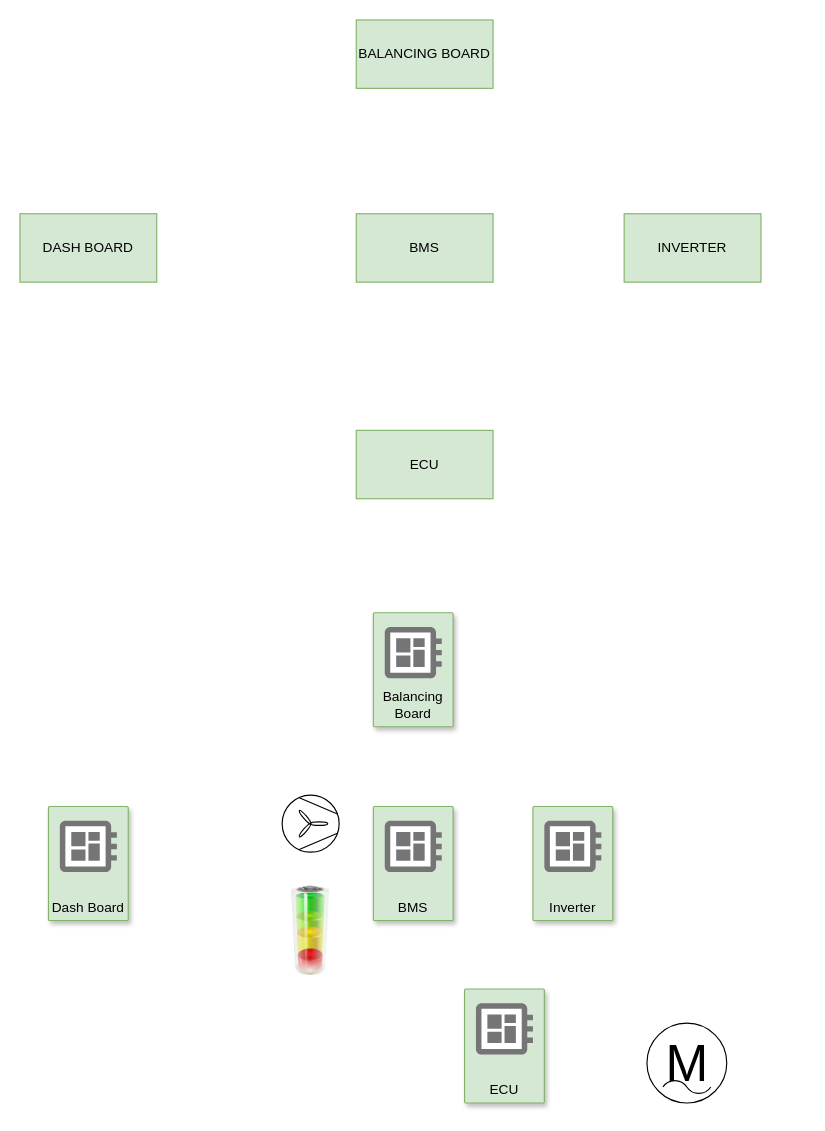
Earlier version of the draw.io diagram schema_elettrico_moto.drawio (chiarafranco12/PMF_UMLs). Source tidied: cells renumbered, new cells numbered last; positions are measured from the earlier drawing's top-left corner, leaving out a move shared by most shapes. Both pictures are drawn from the tidied source at 114%, with x=0, y=0 at pixel (19, 19).
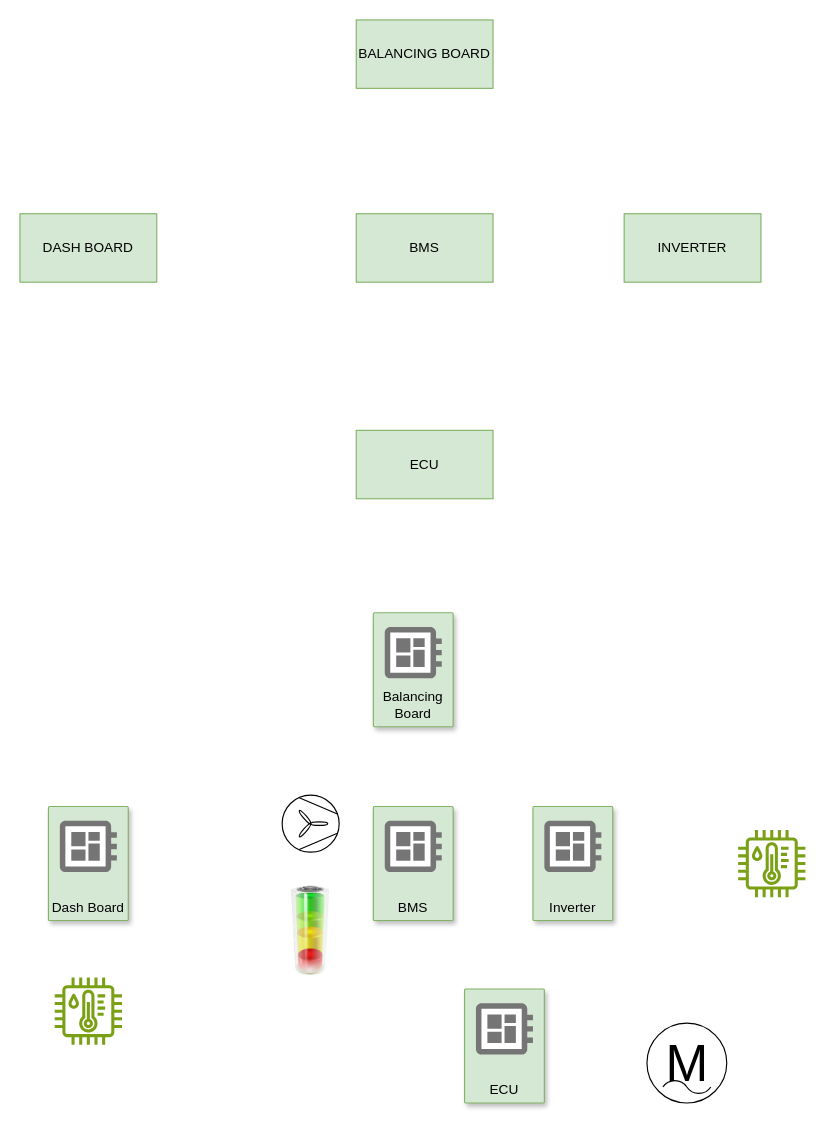
Above is the later version.

What changed in the source:
```diff
@@
+    <mxCell id="20" style="sketch=0;fontColor=#232F3E;gradientColor=none;fillColor=#7AA116;strokeColor=none;dashed=0;verticalLabelPosition=bottom;verticalAlign=top;align=center;html=1;fontSize=12;fontStyle=0;shape=mxgraph.aws4.iot_thing_temperature_humidity_sensor;" parent="1" vertex="1">
+      <mxGeometry x="30.5" y="840" width="59" height="59" as="geometry" />
+    </mxCell>
+    <mxCell id="21" style="sketch=0;fontColor=#232F3E;gradientColor=none;fillColor=#7AA116;strokeColor=none;dashed=0;verticalLabelPosition=bottom;verticalAlign=top;align=center;html=1;fontSize=12;fontStyle=0;shape=mxgraph.aws4.iot_thing_temperature_humidity_sensor;" parent="1" vertex="1">
+      <mxGeometry x="630" y="710.5" width="59" height="59" as="geometry" />
+    </mxCell>
```
